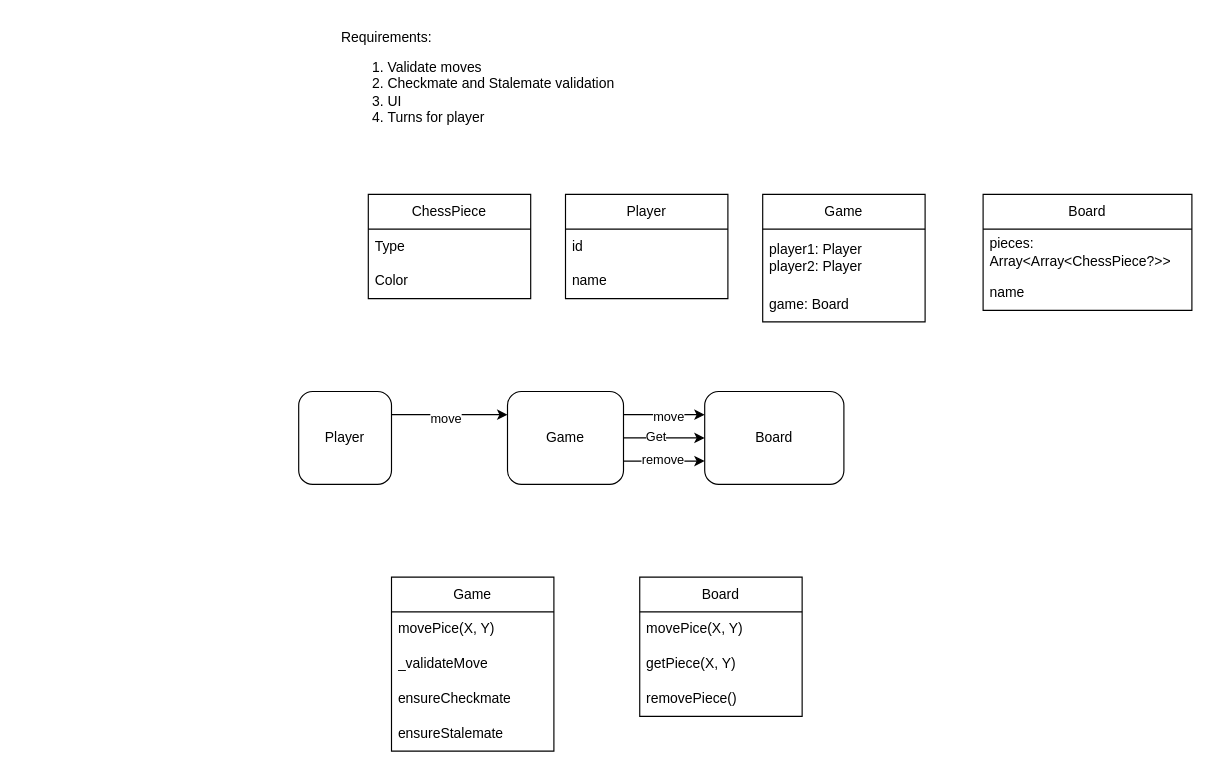
VarunSharma87/SystemDesigns keeps this draw.io diagram as ChessGame.drawio. Above is the earlier version. Source tidied: cells renumbered, new cells numbered last; positions are measured from the earlier drawing's top-left corner, leaving out a move shared by most shapes. Both pictures are drawn from the tidied source at 116%, with x=0, y=0 at pixel (298, 20).
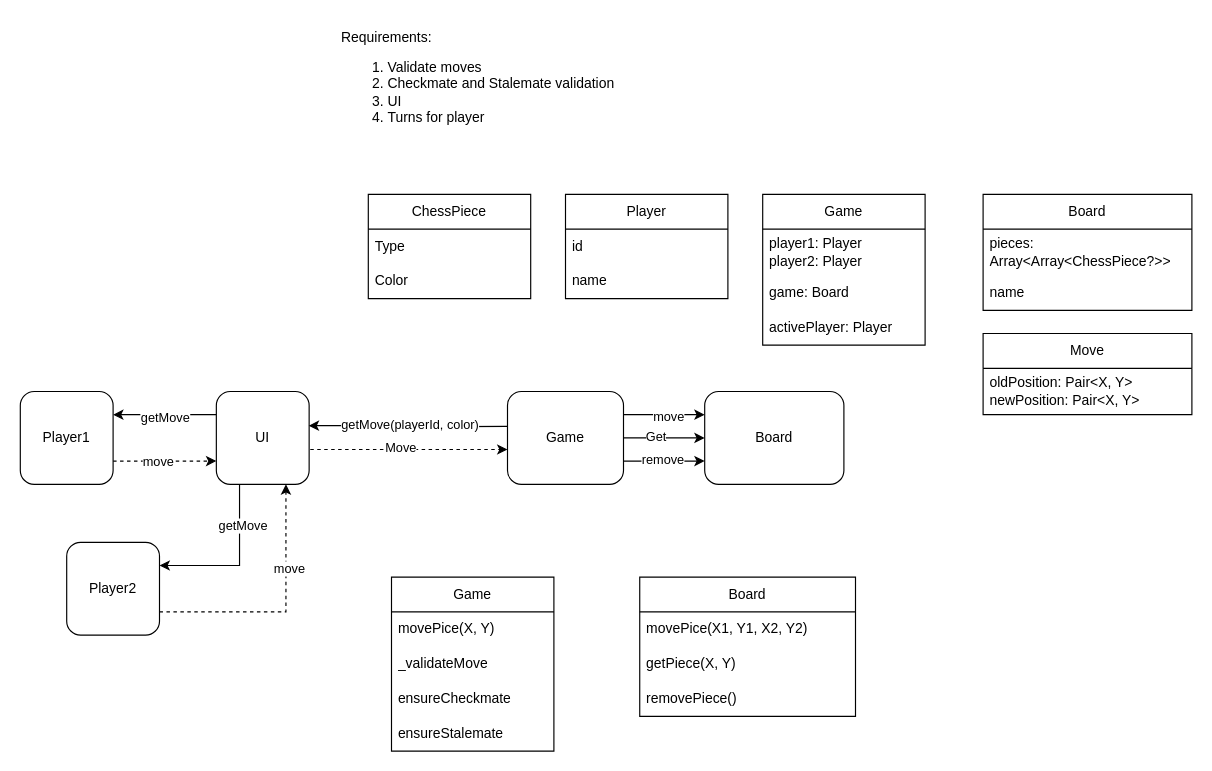
The same diagram, later.

Unchanged cells that the change refers to:
```xml
<mxCell id="24" value="Game" style="rounded=1;whiteSpace=wrap;html=1;" parent="1" vertex="1">
  <mxGeometry x="180" y="320" width="100" height="80" as="geometry" />
</mxCell>
```

Change to the diagram source:
```diff
@@
     <mxCell id="9" value="Game" style="swimlane;fontStyle=0;horizontal=1;startSize=30;whiteSpace=wrap;html=1;" parent="1" vertex="1">
-      <mxGeometry x="400" y="150" width="140" height="110" as="geometry" />
+      <mxGeometry x="400" y="150" width="140" height="130" as="geometry" />
     </mxCell>
     <mxCell id="10" value="player1: Player&lt;div&gt;player2: Player&lt;/div&gt;" style="text;strokeColor=none;fillColor=none;align=left;verticalAlign=middle;spacingLeft=4;spacingRight=4;overflow=hidden;whiteSpace=wrap;html=1;" parent="9" vertex="1">
-      <mxGeometry y="30" width="140" height="50" as="geometry" />
+      <mxGeometry y="30" width="140" height="40" as="geometry" />
     </mxCell>
     <mxCell id="11" value="game: Board" style="text;strokeColor=none;fillColor=none;align=left;verticalAlign=middle;spacingLeft=4;spacingRight=4;overflow=hidden;whiteSpace=wrap;html=1;" parent="9" vertex="1">
-      <mxGeometry y="80" width="140" height="30" as="geometry" />
+      <mxGeometry y="70" width="140" height="30" as="geometry" />
     </mxCell>
+    <mxCell id="35" value="&lt;div&gt;activePlayer: Player&lt;/div&gt;" style="text;strokeColor=none;fillColor=none;align=left;verticalAlign=middle;spacingLeft=4;spacingRight=4;overflow=hidden;whiteSpace=wrap;html=1;" parent="9" vertex="1">
+      <mxGeometry y="100" width="140" height="30" as="geometry" />
+    </mxCell>
@@
-    <mxCell id="15" style="edgeStyle=orthogonalEdgeStyle;rounded=0;jettySize=auto;html=1;exitX=1;exitY=0.25;exitDx=0;exitDy=0;entryX=0;entryY=0.25;entryDx=0;entryDy=0;" parent="1" edge="1" source="17" target="24">
-      <mxGeometry relative="1" as="geometry" />
-    </mxCell>
-    <mxCell id="16" value="move" style="edgeLabel;html=1;align=center;verticalAlign=middle;" parent="15" vertex="1">
-      <mxGeometry x="-0.08" y="-3" relative="1" as="geometry" />
-    </mxCell>
+    <mxCell id="36" style="edgeStyle=orthogonalEdgeStyle;rounded=0;orthogonalLoop=1;jettySize=auto;html=1;entryX=0;entryY=0.75;entryDx=0;entryDy=0;curved=0;dashed=1;" parent="1" edge="1">
+      <mxGeometry relative="1" as="geometry">
+        <mxPoint x="10" y="370" as="sourcePoint" />
+        <mxPoint x="180" y="370" as="targetPoint" />
+      </mxGeometry>
+    </mxCell>
+    <mxCell id="37" value="Move" style="edgeLabel;html=1;align=center;verticalAlign=middle;" parent="36" vertex="1">
+      <mxGeometry x="-0.09" y="2" relative="1" as="geometry" />
+    </mxCell>
+    <mxCell id="38" style="edgeStyle=orthogonalEdgeStyle;rounded=0;jettySize=auto;html=1;exitX=0.25;exitY=1;exitDx=0;exitDy=0;entryX=1;entryY=0.25;entryDx=0;entryDy=0;" parent="1" edge="1" source="17" target="51">
+      <mxGeometry relative="1" as="geometry" />
+    </mxCell>
+    <mxCell id="39" value="getMove" style="edgeLabel;html=1;align=center;verticalAlign=middle;" parent="38" vertex="1">
+      <mxGeometry x="-0.5" y="2" relative="1" as="geometry" />
+    </mxCell>
+    <mxCell id="40" style="edgeStyle=orthogonalEdgeStyle;rounded=0;jettySize=auto;html=1;exitX=0;exitY=0.25;exitDx=0;exitDy=0;entryX=1;entryY=0.25;entryDx=0;entryDy=0;" parent="1" edge="1" source="17" target="48">
+      <mxGeometry relative="1" as="geometry" />
+    </mxCell>
+    <mxCell id="41" value="getMove" style="edgeLabel;html=1;align=center;verticalAlign=middle;" parent="40" vertex="1">
+      <mxGeometry x="0.01" y="2" relative="1" as="geometry" />
+    </mxCell>
-    <mxCell id="17" value="Player" style="rounded=1;whiteSpace=wrap;html=1;" parent="1" vertex="1">
-      <mxGeometry y="320" width="80" height="80" as="geometry" />
+    <mxCell id="17" value="UI" style="rounded=1;whiteSpace=wrap;html=1;" parent="1" vertex="1">
+      <mxGeometry x="-71" y="320" width="80" height="80" as="geometry" />
     </mxCell>
@@
+    <mxCell id="42" style="edgeStyle=orthogonalEdgeStyle;rounded=0;jettySize=auto;html=1;exitX=0;exitY=0.5;exitDx=0;exitDy=0;entryX=0.995;entryY=0.368;entryDx=0;entryDy=0;entryPerimeter=0;" parent="1" edge="1" target="17">
+      <mxGeometry relative="1" as="geometry">
+        <mxPoint x="180" y="350" as="sourcePoint" />
+      </mxGeometry>
+    </mxCell>
+    <mxCell id="43" value="getMove(playerId, color)" style="edgeLabel;html=1;align=center;verticalAlign=middle;" parent="42" vertex="1">
+      <mxGeometry x="0.19" y="-1" relative="1" as="geometry">
+        <mxPoint x="17" as="offset" />
+      </mxGeometry>
+    </mxCell>
@@
     <mxCell id="31" value="Board" style="swimlane;fontStyle=0;horizontal=1;startSize=30;whiteSpace=wrap;html=1;" parent="1" vertex="1">
-      <mxGeometry x="294" y="480" width="140" height="120" as="geometry" />
+      <mxGeometry x="294" y="480" width="186" height="120" as="geometry" />
     </mxCell>
-    <mxCell id="32" value="movePice(X, Y)" style="text;strokeColor=none;fillColor=none;align=left;verticalAlign=middle;spacingLeft=4;spacingRight=4;overflow=hidden;whiteSpace=wrap;html=1;" parent="31" vertex="1">
-      <mxGeometry y="30" width="140" height="30" as="geometry" />
+    <mxCell id="32" value="movePice(X1, Y1, X2, Y2)" style="text;strokeColor=none;fillColor=none;align=left;verticalAlign=middle;spacingLeft=4;spacingRight=4;overflow=hidden;whiteSpace=wrap;html=1;" parent="31" vertex="1">
+      <mxGeometry y="30" width="186" height="30" as="geometry" />
     </mxCell>
     <mxCell id="33" value="getPiece(X, Y)" style="text;strokeColor=none;fillColor=none;align=left;verticalAlign=middle;spacingLeft=4;spacingRight=4;overflow=hidden;whiteSpace=wrap;html=1;" parent="31" vertex="1">
-      <mxGeometry y="60" width="140" height="30" as="geometry" />
+      <mxGeometry y="60" width="186" height="30" as="geometry" />
     </mxCell>
     <mxCell id="34" value="removePiece()" style="text;strokeColor=none;fillColor=none;align=left;verticalAlign=middle;spacingLeft=4;spacingRight=4;overflow=hidden;whiteSpace=wrap;html=1;" parent="31" vertex="1">
-      <mxGeometry y="90" width="140" height="30" as="geometry" />
+      <mxGeometry y="90" width="186" height="30" as="geometry" />
     </mxCell>
+    <mxCell id="44" value="Move" style="swimlane;fontStyle=0;horizontal=1;startSize=30;whiteSpace=wrap;html=1;" parent="1" vertex="1">
+      <mxGeometry x="590" y="270" width="180" height="70" as="geometry" />
+    </mxCell>
+    <mxCell id="45" value="oldPosition: Pair&amp;lt;X, Y&amp;gt;&lt;div&gt;newPosition: Pair&amp;lt;X, Y&amp;gt;&lt;/div&gt;" style="text;strokeColor=none;fillColor=none;align=left;verticalAlign=middle;spacingLeft=4;spacingRight=4;overflow=hidden;whiteSpace=wrap;html=1;" parent="44" vertex="1">
+      <mxGeometry y="30" width="180" height="40" as="geometry" />
+    </mxCell>
+    <mxCell id="46" style="edgeStyle=orthogonalEdgeStyle;rounded=0;jettySize=auto;html=1;exitX=1;exitY=0.75;exitDx=0;exitDy=0;entryX=0;entryY=0.75;entryDx=0;entryDy=0;dashed=1;" parent="1" edge="1" source="48" target="17">
+      <mxGeometry relative="1" as="geometry" />
+    </mxCell>
+    <mxCell id="47" value="move" style="edgeLabel;html=1;align=center;verticalAlign=middle;" parent="46" vertex="1">
+      <mxGeometry x="-0.14" y="-2" relative="1" as="geometry">
+        <mxPoint y="-2" as="offset" />
+      </mxGeometry>
+    </mxCell>
+    <mxCell id="48" value="Player1" style="rounded=1;whiteSpace=wrap;html=1;" parent="1" vertex="1">
+      <mxGeometry x="-240" y="320" width="80" height="80" as="geometry" />
+    </mxCell>
+    <mxCell id="49" style="edgeStyle=orthogonalEdgeStyle;rounded=0;jettySize=auto;html=1;exitX=1;exitY=0.75;exitDx=0;exitDy=0;entryX=0.75;entryY=1;entryDx=0;entryDy=0;dashed=1;" parent="1" edge="1" source="51" target="17">
+      <mxGeometry relative="1" as="geometry" />
+    </mxCell>
+    <mxCell id="50" value="move" style="edgeLabel;html=1;align=center;verticalAlign=middle;" parent="49" vertex="1">
+      <mxGeometry x="0.34" y="-2" relative="1" as="geometry" />
+    </mxCell>
+    <mxCell id="51" value="Player2" style="rounded=1;whiteSpace=wrap;html=1;" parent="1" vertex="1">
+      <mxGeometry x="-200" y="450" width="80" height="80" as="geometry" />
+    </mxCell>
```
